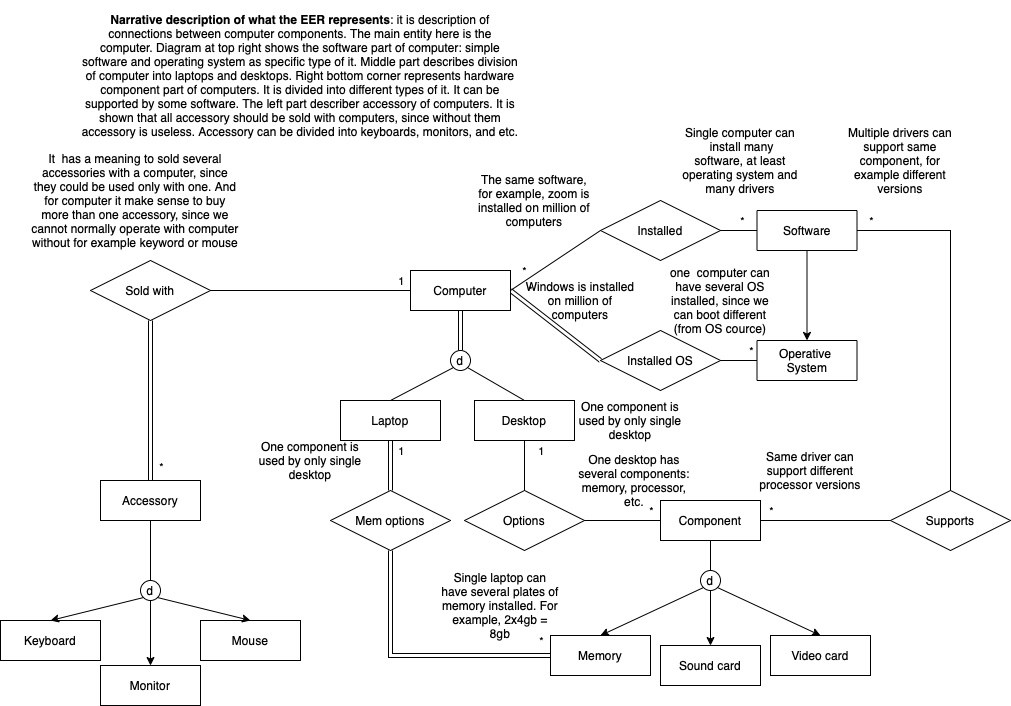
Before: week03/ex3.png, a diagram exported from draw.io (SyrexMinus/databases_innopolis_s2022). Source tidied: cells renumbered, new cells last; positions are measured from the earlier drawing's top-left corner, leaving out a move shared by most shapes.
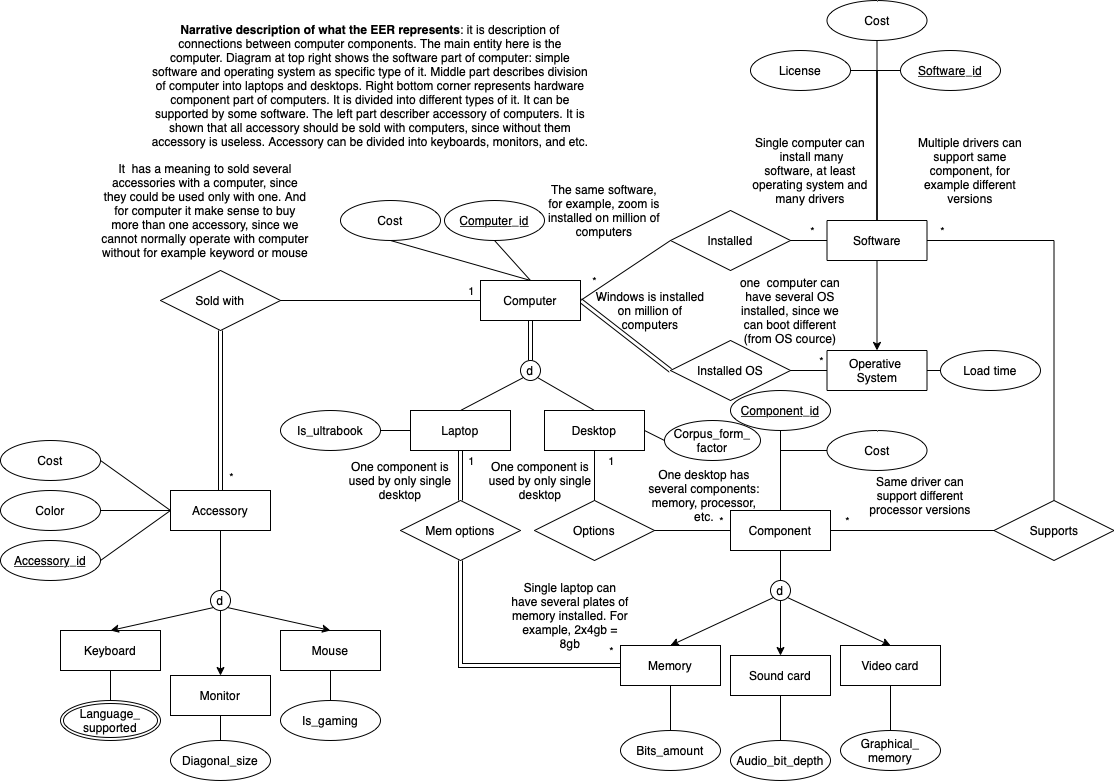
After the commit.

The edit, as a diff of the source:
```diff
@@ -50,13 +50,16 @@
       <mxGeometry x="100" y="480" width="100" height="40" as="geometry" />
     </mxCell>
     <mxCell id="15" value="Keyboard" style="whiteSpace=wrap;html=1;align=center;" parent="1" vertex="1">
-      <mxGeometry y="620" width="100" height="40" as="geometry" />
+      <mxGeometry x="-10" y="620" width="100" height="40" as="geometry" />
     </mxCell>
     <mxCell id="16" value="Monitor" style="whiteSpace=wrap;html=1;align=center;" parent="1" vertex="1">
       <mxGeometry x="100" y="665" width="100" height="40" as="geometry" />
     </mxCell>
+    <mxCell id="72" style="edgeStyle=none;rounded=0;jettySize=auto;html=1;exitX=0.5;exitY=1;exitDx=0;exitDy=0;entryX=0.5;entryY=0;entryDx=0;entryDy=0;endArrow=none;endFill=0;" parent="1" edge="1" source="17" target="81">
+      <mxGeometry relative="1" as="geometry" />
+    </mxCell>
     <mxCell id="17" value="Mouse" style="whiteSpace=wrap;html=1;align=center;" parent="1" vertex="1">
-      <mxGeometry x="200" y="620" width="100" height="40" as="geometry" />
+      <mxGeometry x="210" y="620" width="100" height="40" as="geometry" />
     </mxCell>
     <mxCell id="18" style="edgeStyle=none;rounded=0;jettySize=auto;html=1;exitX=0.5;exitY=1;exitDx=0;exitDy=0;entryX=0.5;entryY=0;entryDx=0;entryDy=0;endArrow=none;endFill=0;shape=link;" parent="1" edge="1" source="20" target="30">
       <mxGeometry relative="1" as="geometry" />
@@ -142,7 +145,7 @@
       <mxGeometry x="756.5" y="340" width="100" height="40" as="geometry" />
     </mxCell>
     <mxCell id="41" value="Supports" style="shape=rhombus;perimeter=rhombusPerimeter;whiteSpace=wrap;html=1;align=center;" parent="1" vertex="1">
-      <mxGeometry x="890" y="490" width="120" height="60" as="geometry" />
+      <mxGeometry x="923.5" y="490" width="120" height="60" as="geometry" />
     </mxCell>
     <mxCell id="42" style="edgeStyle=none;rounded=0;jettySize=auto;html=1;exitX=1;exitY=0.5;exitDx=0;exitDy=0;entryX=0;entryY=0.5;entryDx=0;entryDy=0;endArrow=none;endFill=0;" parent="1" edge="1" source="45" target="41">
       <mxGeometry relative="1" as="geometry" />
@@ -213,7 +216,7 @@
       <mxGeometry x="840" y="100" width="120" height="120" as="geometry" />
     </mxCell>
     <mxCell id="64" value="Same driver can support different processor versions" style="text;html=1;strokeColor=none;fillColor=none;align=center;verticalAlign=middle;whiteSpace=wrap;rounded=0;" parent="1" vertex="1">
-      <mxGeometry x="750" y="410" width="120" height="120" as="geometry" />
+      <mxGeometry x="790" y="450" width="120" height="70" as="geometry" />
     </mxCell>
     <mxCell id="65" value="one &amp;nbsp;computer can have several OS installed, since we can boot different (from OS cource)" style="text;html=1;strokeColor=none;fillColor=none;align=center;verticalAlign=middle;whiteSpace=wrap;rounded=0;" parent="1" vertex="1">
       <mxGeometry x="660" y="240" width="120" height="120" as="geometry" />
@@ -222,13 +225,13 @@
       <mxGeometry x="520" y="240" width="120" height="120" as="geometry" />
     </mxCell>
     <mxCell id="67" value="One desktop has several components: memory, processor, etc." style="text;html=1;strokeColor=none;fillColor=none;align=center;verticalAlign=middle;whiteSpace=wrap;rounded=0;" parent="1" vertex="1">
-      <mxGeometry x="574" y="420" width="120" height="120" as="geometry" />
+      <mxGeometry x="574" y="455" width="120" height="60" as="geometry" />
     </mxCell>
     <mxCell id="68" value="One component is used by only single desktop" style="text;html=1;strokeColor=none;fillColor=none;align=center;verticalAlign=middle;whiteSpace=wrap;rounded=0;" parent="1" vertex="1">
-      <mxGeometry x="570" y="360" width="120" height="120" as="geometry" />
+      <mxGeometry x="410" y="410" width="120" height="120" as="geometry" />
     </mxCell>
     <mxCell id="69" value="One component is used by only single desktop" style="text;html=1;strokeColor=none;fillColor=none;align=center;verticalAlign=middle;whiteSpace=wrap;rounded=0;" parent="1" vertex="1">
-      <mxGeometry x="250" y="400" width="120" height="120" as="geometry" />
+      <mxGeometry x="270" y="440" width="120" height="60" as="geometry" />
     </mxCell>
     <mxCell id="70" value="Single laptop can have several plates of memory installed. For example, 2x4gb = 8gb" style="text;html=1;strokeColor=none;fillColor=none;align=center;verticalAlign=middle;whiteSpace=wrap;rounded=0;" parent="1" vertex="1">
       <mxGeometry x="440" y="545" width="120" height="120" as="geometry" />
@@ -236,5 +239,116 @@
     <mxCell id="71" value="&lt;b&gt;Narrative description of what the EER represents&lt;/b&gt;: it is description of connections between computer components. The main entity here is the computer. Diagram at top right shows the software part of computer: simple software and operating system as specific type of it. Middle part describes division of computer into laptops and desktops. Right bottom corner represents hardware component part of computers. It is divided into different types of it. It can be supported by some software. The left part describer accessory of computers. It is shown that all accessory should be sold with computers, since without them accessory is useless. Accessory can be divided into keyboards, monitors, and etc." style="text;html=1;strokeColor=none;fillColor=none;align=center;verticalAlign=middle;whiteSpace=wrap;rounded=0;" parent="1" vertex="1">
       <mxGeometry x="80" width="440" height="150" as="geometry" />
     </mxCell>
+    <mxCell id="73" style="rounded=0;jettySize=auto;html=1;exitX=1;exitY=0.5;exitDx=0;exitDy=0;entryX=0;entryY=0.5;entryDx=0;entryDy=0;endArrow=none;endFill=0;" parent="1" edge="1" source="74" target="14">
+      <mxGeometry relative="1" as="geometry" />
+    </mxCell>
+    <mxCell id="74" value="Color" style="ellipse;whiteSpace=wrap;html=1;align=center;" parent="1" vertex="1">
+      <mxGeometry x="-70" y="480" width="100" height="40" as="geometry" />
+    </mxCell>
+    <mxCell id="75" style="edgeStyle=none;rounded=0;jettySize=auto;html=1;exitX=1;exitY=0.5;exitDx=0;exitDy=0;entryX=0;entryY=0.5;entryDx=0;entryDy=0;endArrow=none;endFill=0;" parent="1" edge="1" source="76" target="14">
+      <mxGeometry relative="1" as="geometry" />
+    </mxCell>
+    <mxCell id="76" value="Accessory_id" style="ellipse;whiteSpace=wrap;html=1;align=center;fontStyle=4;" parent="1" vertex="1">
+      <mxGeometry x="-70" y="530" width="100" height="40" as="geometry" />
+    </mxCell>
+    <mxCell id="77" style="edgeStyle=none;rounded=0;jettySize=auto;html=1;exitX=0.5;exitY=0;exitDx=0;exitDy=0;entryX=0.5;entryY=1;entryDx=0;entryDy=0;endArrow=none;endFill=0;" parent="1" edge="1" source="78" target="15">
+      <mxGeometry relative="1" as="geometry" />
+    </mxCell>
+    <mxCell id="78" value="Language_&lt;br&gt;supported" style="ellipse;shape=doubleEllipse;margin=3;whiteSpace=wrap;html=1;align=center;" parent="1" vertex="1">
+      <mxGeometry x="-10" y="690" width="100" height="40" as="geometry" />
+    </mxCell>
+    <mxCell id="79" style="edgeStyle=none;rounded=0;jettySize=auto;html=1;exitX=0.5;exitY=0;exitDx=0;exitDy=0;entryX=0.5;entryY=1;entryDx=0;entryDy=0;endArrow=none;endFill=0;" parent="1" edge="1" source="80" target="16">
+      <mxGeometry relative="1" as="geometry" />
+    </mxCell>
+    <mxCell id="80" value="Diagonal_size" style="ellipse;whiteSpace=wrap;html=1;align=center;" parent="1" vertex="1">
+      <mxGeometry x="100" y="730" width="100" height="40" as="geometry" />
+    </mxCell>
+    <mxCell id="81" value="Is_gaming" style="ellipse;whiteSpace=wrap;html=1;align=center;" parent="1" vertex="1">
+      <mxGeometry x="210" y="690" width="100" height="40" as="geometry" />
+    </mxCell>
+    <mxCell id="82" style="edgeStyle=none;rounded=0;jettySize=auto;html=1;exitX=0.5;exitY=1;exitDx=0;exitDy=0;entryX=0.5;entryY=0;entryDx=0;entryDy=0;endArrow=none;endFill=0;" parent="1" edge="1" source="83" target="10">
+      <mxGeometry relative="1" as="geometry" />
+    </mxCell>
+    <mxCell id="83" value="Computer_id" style="ellipse;whiteSpace=wrap;html=1;align=center;fontStyle=4;" parent="1" vertex="1">
+      <mxGeometry x="374" y="190" width="100" height="40" as="geometry" />
+    </mxCell>
+    <mxCell id="84" style="edgeStyle=none;rounded=0;jettySize=auto;html=1;exitX=0.5;exitY=1;exitDx=0;exitDy=0;entryX=0.5;entryY=0;entryDx=0;entryDy=0;endArrow=none;endFill=0;" parent="1" edge="1" source="85" target="10">
+      <mxGeometry relative="1" as="geometry" />
+    </mxCell>
+    <mxCell id="85" value="Cost" style="ellipse;whiteSpace=wrap;html=1;align=center;" parent="1" vertex="1">
+      <mxGeometry x="270" y="190" width="100" height="40" as="geometry" />
+    </mxCell>
+    <mxCell id="86" style="edgeStyle=none;rounded=0;jettySize=auto;html=1;exitX=1;exitY=0.5;exitDx=0;exitDy=0;entryX=0;entryY=0.5;entryDx=0;entryDy=0;endArrow=none;endFill=0;" parent="1" edge="1" source="87" target="14">
+      <mxGeometry relative="1" as="geometry" />
+    </mxCell>
+    <mxCell id="87" value="Cost" style="ellipse;whiteSpace=wrap;html=1;align=center;" parent="1" vertex="1">
+      <mxGeometry x="-70" y="430" width="100" height="40" as="geometry" />
+    </mxCell>
+    <mxCell id="88" style="edgeStyle=orthogonalEdgeStyle;rounded=0;jettySize=auto;html=1;exitX=0;exitY=0.5;exitDx=0;exitDy=0;entryX=0.5;entryY=0;entryDx=0;entryDy=0;endArrow=none;endFill=0;" parent="1" edge="1" source="89" target="27">
+      <mxGeometry relative="1" as="geometry" />
+    </mxCell>
+    <mxCell id="89" value="Software_id" style="ellipse;whiteSpace=wrap;html=1;align=center;fontStyle=4;" parent="1" vertex="1">
+      <mxGeometry x="830" y="40" width="100" height="40" as="geometry" />
+    </mxCell>
+    <mxCell id="90" style="edgeStyle=orthogonalEdgeStyle;rounded=0;jettySize=auto;html=1;exitX=1;exitY=0.5;exitDx=0;exitDy=0;entryX=0.5;entryY=0;entryDx=0;entryDy=0;endArrow=none;endFill=0;" parent="1" edge="1" source="91" target="27">
+      <mxGeometry relative="1" as="geometry" />
+    </mxCell>
+    <mxCell id="91" value="License" style="ellipse;whiteSpace=wrap;html=1;align=center;" parent="1" vertex="1">
+      <mxGeometry x="680" y="40" width="100" height="40" as="geometry" />
+    </mxCell>
+    <mxCell id="92" style="edgeStyle=orthogonalEdgeStyle;rounded=0;jettySize=auto;html=1;exitX=0.5;exitY=1;exitDx=0;exitDy=0;entryX=0.5;entryY=0;entryDx=0;entryDy=0;endArrow=none;endFill=0;" parent="1" edge="1" source="93" target="27">
+      <mxGeometry relative="1" as="geometry" />
+    </mxCell>
+    <mxCell id="93" value="Cost" style="ellipse;whiteSpace=wrap;html=1;align=center;" parent="1" vertex="1">
+      <mxGeometry x="756.5" y="-10" width="100" height="40" as="geometry" />
+    </mxCell>
+    <mxCell id="94" style="edgeStyle=orthogonalEdgeStyle;rounded=0;jettySize=auto;html=1;exitX=0;exitY=0.5;exitDx=0;exitDy=0;entryX=1;entryY=0.5;entryDx=0;entryDy=0;endArrow=none;endFill=0;" parent="1" edge="1" source="95" target="40">
+      <mxGeometry relative="1" as="geometry" />
+    </mxCell>
+    <mxCell id="95" value="Load time" style="ellipse;whiteSpace=wrap;html=1;align=center;" parent="1" vertex="1">
+      <mxGeometry x="870" y="340" width="100" height="40" as="geometry" />
+    </mxCell>
+    <mxCell id="96" style="edgeStyle=orthogonalEdgeStyle;rounded=0;jettySize=auto;html=1;exitX=0;exitY=0.5;exitDx=0;exitDy=0;entryX=0.5;entryY=0;entryDx=0;entryDy=0;endArrow=none;endFill=0;" parent="1" edge="1" source="97" target="45">
+      <mxGeometry relative="1" as="geometry" />
+    </mxCell>
+    <mxCell id="97" value="Cost" style="ellipse;whiteSpace=wrap;html=1;align=center;" parent="1" vertex="1">
+      <mxGeometry x="756.5" y="420" width="100" height="40" as="geometry" />
+    </mxCell>
+    <mxCell id="98" style="edgeStyle=orthogonalEdgeStyle;rounded=0;jettySize=auto;html=1;exitX=0.5;exitY=1;exitDx=0;exitDy=0;entryX=0.5;entryY=0;entryDx=0;entryDy=0;endArrow=none;endFill=0;" parent="1" edge="1" source="99" target="45">
+      <mxGeometry relative="1" as="geometry" />
+    </mxCell>
+    <mxCell id="99" value="Component_id" style="ellipse;whiteSpace=wrap;html=1;align=center;fontStyle=4;" parent="1" vertex="1">
+      <mxGeometry x="660" y="380" width="100" height="40" as="geometry" />
+    </mxCell>
+    <mxCell id="100" style="edgeStyle=orthogonalEdgeStyle;rounded=0;jettySize=auto;html=1;exitX=0.5;exitY=0;exitDx=0;exitDy=0;entryX=0.5;entryY=1;entryDx=0;entryDy=0;endArrow=none;endFill=0;" parent="1" edge="1" source="101" target="46">
+      <mxGeometry relative="1" as="geometry" />
+    </mxCell>
+    <mxCell id="101" value="Bits_amount" style="ellipse;whiteSpace=wrap;html=1;align=center;" parent="1" vertex="1">
+      <mxGeometry x="550" y="720" width="100" height="40" as="geometry" />
+    </mxCell>
+    <mxCell id="102" style="edgeStyle=orthogonalEdgeStyle;rounded=0;jettySize=auto;html=1;exitX=0.5;exitY=0;exitDx=0;exitDy=0;entryX=0.5;entryY=1;entryDx=0;entryDy=0;endArrow=none;endFill=0;" parent="1" edge="1" source="103" target="47">
+      <mxGeometry relative="1" as="geometry" />
+    </mxCell>
+    <mxCell id="103" value="Audio_bit_depth" style="ellipse;whiteSpace=wrap;html=1;align=center;" parent="1" vertex="1">
+      <mxGeometry x="660" y="730" width="100" height="40" as="geometry" />
+    </mxCell>
+    <mxCell id="104" style="edgeStyle=orthogonalEdgeStyle;rounded=0;jettySize=auto;html=1;exitX=0.5;exitY=0;exitDx=0;exitDy=0;entryX=0.5;entryY=1;entryDx=0;entryDy=0;endArrow=none;endFill=0;" parent="1" edge="1" source="105" target="48">
+      <mxGeometry relative="1" as="geometry" />
+    </mxCell>
+    <mxCell id="105" value="Graphical_&lt;br&gt;memory" style="ellipse;whiteSpace=wrap;html=1;align=center;" parent="1" vertex="1">
+      <mxGeometry x="770" y="720" width="100" height="40" as="geometry" />
+    </mxCell>
+    <mxCell id="106" style="edgeStyle=orthogonalEdgeStyle;rounded=0;jettySize=auto;html=1;exitX=1;exitY=0.5;exitDx=0;exitDy=0;entryX=0;entryY=0.5;entryDx=0;entryDy=0;endArrow=none;endFill=0;" parent="1" edge="1" source="107" target="20">
+      <mxGeometry relative="1" as="geometry" />
+    </mxCell>
+    <mxCell id="107" value="Is_ultrabook" style="ellipse;whiteSpace=wrap;html=1;align=center;" parent="1" vertex="1">
+      <mxGeometry x="210" y="400" width="100" height="40" as="geometry" />
+    </mxCell>
+    <mxCell id="108" style="rounded=0;jettySize=auto;html=1;exitX=0;exitY=0.5;exitDx=0;exitDy=0;entryX=1;entryY=0.5;entryDx=0;entryDy=0;endArrow=none;endFill=0;" parent="1" edge="1" source="109" target="23">
+      <mxGeometry relative="1" as="geometry" />
+    </mxCell>
+    <mxCell id="109" value="Corpus_form_&lt;br&gt;factor" style="ellipse;whiteSpace=wrap;html=1;align=center;" parent="1" vertex="1">
+      <mxGeometry x="594" y="410" width="96" height="40" as="geometry" />
+    </mxCell>
   </root>
 </mxGraphModel>
```
